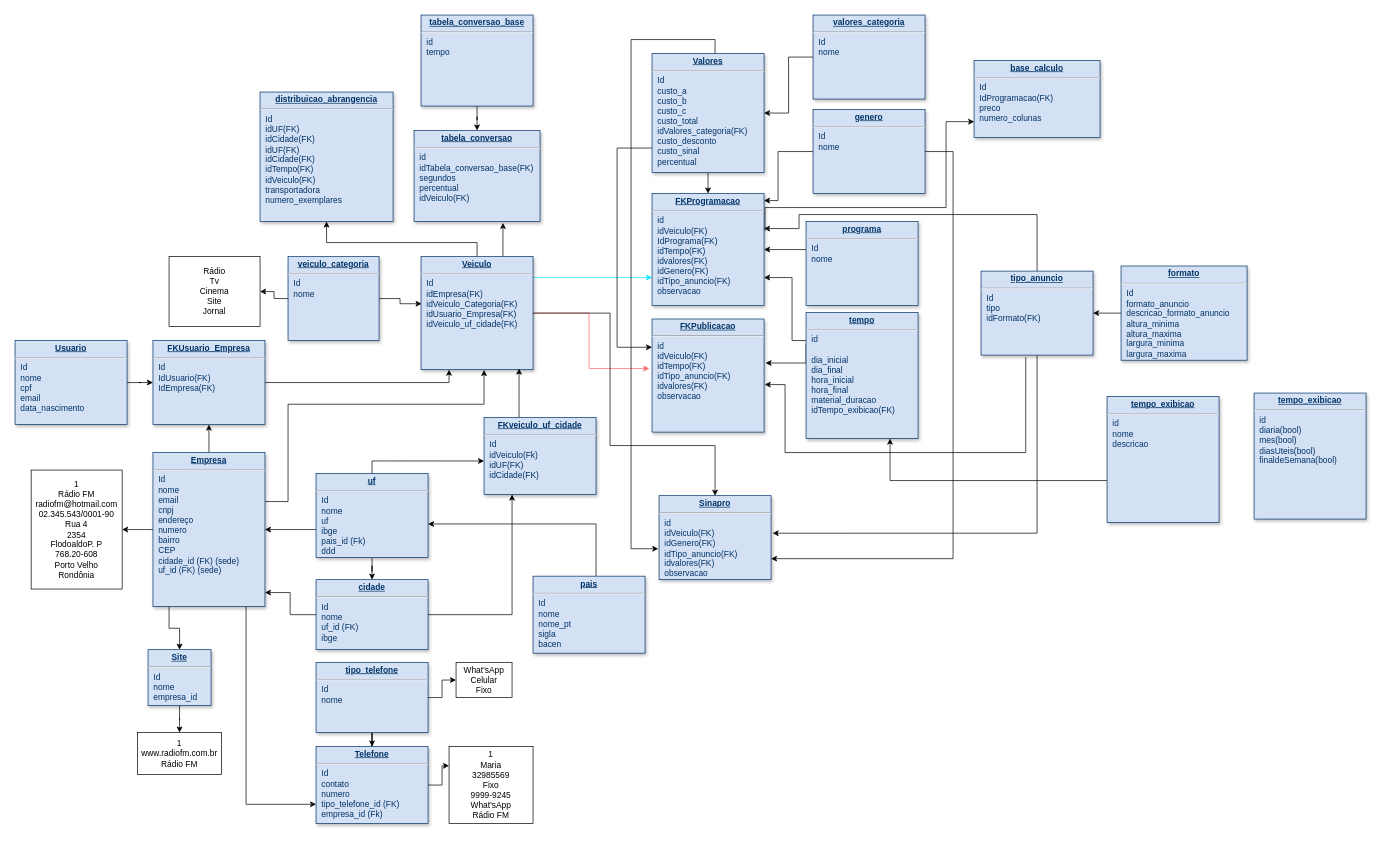
The draw.io diagram Diagrama atualizado.drawio in diogo-guimaraes/teste_git, before the edit. Source tidied: cells renumbered, new cells numbered last; positions are measured from the earlier drawing's top-left corner, leaving out a move shared by most shapes. Both pictures are drawn from the tidied source at 70%, with x=0, y=0 at pixel (15, 15).
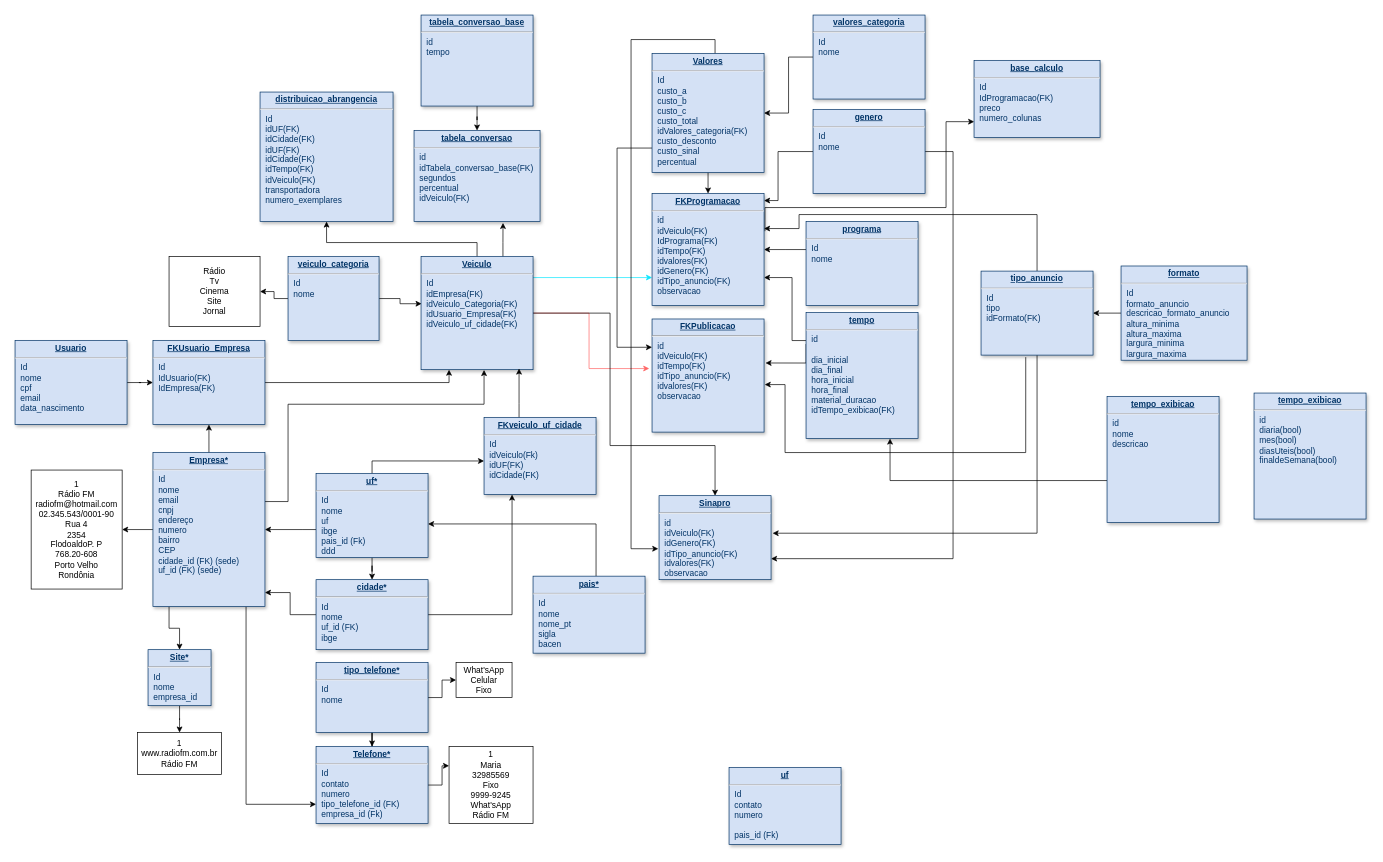
The same diagram, later.

What changed in the source:
```diff
@@
-    <mxCell id="20" value="&lt;p style=&quot;margin: 0px ; margin-top: 4px ; text-align: center ; text-decoration: underline&quot;&gt;&lt;b&gt;Empresa&lt;/b&gt;&lt;/p&gt;&lt;hr&gt;&lt;p style=&quot;margin: 0px ; margin-left: 8px&quot;&gt;Id&lt;/p&gt;&lt;p style=&quot;margin: 0px ; margin-left: 8px&quot;&gt;nome&lt;/p&gt;&lt;p style=&quot;margin: 0px ; margin-left: 8px&quot;&gt;email&lt;/p&gt;&lt;p style=&quot;margin: 0px ; margin-left: 8px&quot;&gt;&lt;span&gt;cnpj&lt;/span&gt;&lt;br&gt;&lt;/p&gt;&lt;p style=&quot;margin: 0px ; margin-left: 8px&quot;&gt;endereço&lt;/p&gt;&lt;p style=&quot;margin: 0px ; margin-left: 8px&quot;&gt;numero&lt;/p&gt;&lt;p style=&quot;margin: 0px ; margin-left: 8px&quot;&gt;bairro&lt;/p&gt;&lt;p style=&quot;margin: 0px ; margin-left: 8px&quot;&gt;&lt;span&gt;CEP&lt;/span&gt;&lt;br&gt;&lt;/p&gt;&lt;p style=&quot;margin: 0px ; margin-left: 8px&quot;&gt;cidade_id (FK) (sede)&lt;/p&gt;&lt;p style=&quot;margin: 0px ; margin-left: 8px&quot;&gt;&lt;span&gt;uf_id (FK) (sede)&lt;/span&gt;&lt;/p&gt;&lt;p style=&quot;margin: 0px ; margin-left: 8px&quot;&gt;&lt;br&gt;&lt;/p&gt;" style="verticalAlign=top;align=left;overflow=fill;fontSize=12;fontFamily=Helvetica;html=1;strokeColor=#003366;shadow=1;fillColor=#D4E1F5;fontColor=#003366;" parent="1" vertex="1">
+    <mxCell id="20" value="&lt;p style=&quot;margin: 0px ; margin-top: 4px ; text-align: center ; text-decoration: underline&quot;&gt;&lt;b&gt;Empresa*&lt;/b&gt;&lt;/p&gt;&lt;hr&gt;&lt;p style=&quot;margin: 0px ; margin-left: 8px&quot;&gt;Id&lt;/p&gt;&lt;p style=&quot;margin: 0px ; margin-left: 8px&quot;&gt;nome&lt;/p&gt;&lt;p style=&quot;margin: 0px ; margin-left: 8px&quot;&gt;email&lt;/p&gt;&lt;p style=&quot;margin: 0px ; margin-left: 8px&quot;&gt;&lt;span&gt;cnpj&lt;/span&gt;&lt;br&gt;&lt;/p&gt;&lt;p style=&quot;margin: 0px ; margin-left: 8px&quot;&gt;endereço&lt;/p&gt;&lt;p style=&quot;margin: 0px ; margin-left: 8px&quot;&gt;numero&lt;/p&gt;&lt;p style=&quot;margin: 0px ; margin-left: 8px&quot;&gt;bairro&lt;/p&gt;&lt;p style=&quot;margin: 0px ; margin-left: 8px&quot;&gt;&lt;span&gt;CEP&lt;/span&gt;&lt;br&gt;&lt;/p&gt;&lt;p style=&quot;margin: 0px ; margin-left: 8px&quot;&gt;cidade_id (FK) (sede)&lt;/p&gt;&lt;p style=&quot;margin: 0px ; margin-left: 8px&quot;&gt;&lt;span&gt;uf_id (FK) (sede)&lt;/span&gt;&lt;/p&gt;&lt;p style=&quot;margin: 0px ; margin-left: 8px&quot;&gt;&lt;br&gt;&lt;/p&gt;" style="verticalAlign=top;align=left;overflow=fill;fontSize=12;fontFamily=Helvetica;html=1;strokeColor=#003366;shadow=1;fillColor=#D4E1F5;fontColor=#003366;" parent="1" vertex="1">
       <mxGeometry x="197" y="625" width="160" height="220" as="geometry" />
     </mxCell>
@@
-    <mxCell id="23" value="&lt;p style=&quot;margin: 0px ; margin-top: 4px ; text-align: center ; text-decoration: underline&quot;&gt;&lt;b&gt;cidade&lt;/b&gt;&lt;/p&gt;&lt;hr&gt;&lt;p style=&quot;margin: 0px ; margin-left: 8px&quot;&gt;Id&lt;/p&gt;&lt;p style=&quot;margin: 0px ; margin-left: 8px&quot;&gt;nome&lt;/p&gt;&lt;p style=&quot;margin: 0px ; margin-left: 8px&quot;&gt;uf_id (FK)&lt;/p&gt;&lt;p style=&quot;margin: 0px ; margin-left: 8px&quot;&gt;ibge&lt;/p&gt;&lt;p style=&quot;margin: 0px ; margin-left: 8px&quot;&gt;&lt;br&gt;&lt;/p&gt;" style="verticalAlign=top;align=left;overflow=fill;fontSize=12;fontFamily=Helvetica;html=1;strokeColor=#003366;shadow=1;fillColor=#D4E1F5;fontColor=#003366;" parent="1" vertex="1">
+    <mxCell id="23" value="&lt;p style=&quot;margin: 0px ; margin-top: 4px ; text-align: center ; text-decoration: underline&quot;&gt;&lt;b&gt;cidade*&lt;/b&gt;&lt;/p&gt;&lt;hr&gt;&lt;p style=&quot;margin: 0px ; margin-left: 8px&quot;&gt;Id&lt;/p&gt;&lt;p style=&quot;margin: 0px ; margin-left: 8px&quot;&gt;nome&lt;/p&gt;&lt;p style=&quot;margin: 0px ; margin-left: 8px&quot;&gt;uf_id (FK)&lt;/p&gt;&lt;p style=&quot;margin: 0px ; margin-left: 8px&quot;&gt;ibge&lt;/p&gt;&lt;p style=&quot;margin: 0px ; margin-left: 8px&quot;&gt;&lt;br&gt;&lt;/p&gt;" style="verticalAlign=top;align=left;overflow=fill;fontSize=12;fontFamily=Helvetica;html=1;strokeColor=#003366;shadow=1;fillColor=#D4E1F5;fontColor=#003366;" parent="1" vertex="1">
       <mxGeometry x="430" y="806.6" width="160" height="100" as="geometry" />
     </mxCell>
@@
-    <mxCell id="27" value="&lt;p style=&quot;margin: 0px ; margin-top: 4px ; text-align: center ; text-decoration: underline&quot;&gt;&lt;b&gt;uf&lt;/b&gt;&lt;/p&gt;&lt;hr&gt;&lt;p style=&quot;margin: 0px ; margin-left: 8px&quot;&gt;Id&lt;/p&gt;&lt;p style=&quot;margin: 0px ; margin-left: 8px&quot;&gt;nome&lt;/p&gt;&lt;p style=&quot;margin: 0px ; margin-left: 8px&quot;&gt;uf&lt;/p&gt;&lt;p style=&quot;margin: 0px ; margin-left: 8px&quot;&gt;ibge&lt;/p&gt;&lt;p style=&quot;margin: 0px ; margin-left: 8px&quot;&gt;pais_id (Fk)&lt;br&gt;&lt;/p&gt;&lt;p style=&quot;margin: 0px ; margin-left: 8px&quot;&gt;&lt;span&gt;ddd&lt;/span&gt;&lt;br&gt;&lt;/p&gt;&lt;p style=&quot;margin: 0px ; margin-left: 8px&quot;&gt;&lt;br&gt;&lt;/p&gt;" style="verticalAlign=top;align=left;overflow=fill;fontSize=12;fontFamily=Helvetica;html=1;strokeColor=#003366;shadow=1;fillColor=#D4E1F5;fontColor=#003366;" parent="1" vertex="1">
+    <mxCell id="27" value="&lt;p style=&quot;margin: 0px ; margin-top: 4px ; text-align: center ; text-decoration: underline&quot;&gt;&lt;b&gt;uf*&lt;/b&gt;&lt;/p&gt;&lt;hr&gt;&lt;p style=&quot;margin: 0px ; margin-left: 8px&quot;&gt;Id&lt;/p&gt;&lt;p style=&quot;margin: 0px ; margin-left: 8px&quot;&gt;nome&lt;/p&gt;&lt;p style=&quot;margin: 0px ; margin-left: 8px&quot;&gt;uf&lt;/p&gt;&lt;p style=&quot;margin: 0px ; margin-left: 8px&quot;&gt;ibge&lt;/p&gt;&lt;p style=&quot;margin: 0px ; margin-left: 8px&quot;&gt;pais_id (Fk)&lt;br&gt;&lt;/p&gt;&lt;p style=&quot;margin: 0px ; margin-left: 8px&quot;&gt;&lt;span&gt;ddd&lt;/span&gt;&lt;br&gt;&lt;/p&gt;&lt;p style=&quot;margin: 0px ; margin-left: 8px&quot;&gt;&lt;br&gt;&lt;/p&gt;" style="verticalAlign=top;align=left;overflow=fill;fontSize=12;fontFamily=Helvetica;html=1;strokeColor=#003366;shadow=1;fillColor=#D4E1F5;fontColor=#003366;" parent="1" vertex="1">
       <mxGeometry x="430" y="655" width="160" height="120" as="geometry" />
     </mxCell>
@@
-    <mxCell id="30" value="&lt;p style=&quot;margin: 0px ; margin-top: 4px ; text-align: center ; text-decoration: underline&quot;&gt;&lt;b&gt;tipo_telefone&lt;/b&gt;&lt;/p&gt;&lt;hr&gt;&lt;p style=&quot;margin: 0px ; margin-left: 8px&quot;&gt;Id&lt;/p&gt;&lt;p style=&quot;margin: 0px ; margin-left: 8px&quot;&gt;nome&lt;/p&gt;" style="verticalAlign=top;align=left;overflow=fill;fontSize=12;fontFamily=Helvetica;html=1;strokeColor=#003366;shadow=1;fillColor=#D4E1F5;fontColor=#003366;" parent="1" vertex="1">
+    <mxCell id="30" value="&lt;p style=&quot;margin: 0px ; margin-top: 4px ; text-align: center ; text-decoration: underline&quot;&gt;&lt;b&gt;tipo_telefone*&lt;/b&gt;&lt;/p&gt;&lt;hr&gt;&lt;p style=&quot;margin: 0px ; margin-left: 8px&quot;&gt;Id&lt;/p&gt;&lt;p style=&quot;margin: 0px ; margin-left: 8px&quot;&gt;nome&lt;/p&gt;" style="verticalAlign=top;align=left;overflow=fill;fontSize=12;fontFamily=Helvetica;html=1;strokeColor=#003366;shadow=1;fillColor=#D4E1F5;fontColor=#003366;" parent="1" vertex="1">
       <mxGeometry x="430" y="925" width="160" height="100" as="geometry" />
     </mxCell>
@@
-    <mxCell id="32" value="&lt;p style=&quot;margin: 0px ; margin-top: 4px ; text-align: center ; text-decoration: underline&quot;&gt;&lt;b&gt;Telefone&lt;/b&gt;&lt;/p&gt;&lt;hr&gt;&lt;p style=&quot;margin: 0px ; margin-left: 8px&quot;&gt;Id&lt;/p&gt;&lt;p style=&quot;margin: 0px ; margin-left: 8px&quot;&gt;contato&lt;/p&gt;&lt;p style=&quot;margin: 0px ; margin-left: 8px&quot;&gt;numero&lt;/p&gt;&lt;p style=&quot;margin: 0px ; margin-left: 8px&quot;&gt;tipo_telefone_id (FK)&lt;/p&gt;&lt;p style=&quot;margin: 0px ; margin-left: 8px&quot;&gt;empresa_id (Fk)&lt;/p&gt;" style="verticalAlign=top;align=left;overflow=fill;fontSize=12;fontFamily=Helvetica;html=1;strokeColor=#003366;shadow=1;fillColor=#D4E1F5;fontColor=#003366;" parent="1" vertex="1">
+    <mxCell id="32" value="&lt;p style=&quot;margin: 0px ; margin-top: 4px ; text-align: center ; text-decoration: underline&quot;&gt;&lt;b&gt;Telefone*&lt;/b&gt;&lt;/p&gt;&lt;hr&gt;&lt;p style=&quot;margin: 0px ; margin-left: 8px&quot;&gt;Id&lt;/p&gt;&lt;p style=&quot;margin: 0px ; margin-left: 8px&quot;&gt;contato&lt;/p&gt;&lt;p style=&quot;margin: 0px ; margin-left: 8px&quot;&gt;numero&lt;/p&gt;&lt;p style=&quot;margin: 0px ; margin-left: 8px&quot;&gt;tipo_telefone_id (FK)&lt;/p&gt;&lt;p style=&quot;margin: 0px ; margin-left: 8px&quot;&gt;empresa_id (Fk)&lt;/p&gt;" style="verticalAlign=top;align=left;overflow=fill;fontSize=12;fontFamily=Helvetica;html=1;strokeColor=#003366;shadow=1;fillColor=#D4E1F5;fontColor=#003366;" parent="1" vertex="1">
       <mxGeometry x="430" y="1045" width="160" height="110" as="geometry" />
     </mxCell>
@@
-    <mxCell id="34" value="&lt;p style=&quot;margin: 0px ; margin-top: 4px ; text-align: center ; text-decoration: underline&quot;&gt;&lt;b&gt;Site&lt;/b&gt;&lt;/p&gt;&lt;hr&gt;&lt;p style=&quot;margin: 0px ; margin-left: 8px&quot;&gt;Id&lt;/p&gt;&lt;p style=&quot;margin: 0px ; margin-left: 8px&quot;&gt;nome&lt;/p&gt;&lt;p style=&quot;margin: 0px ; margin-left: 8px&quot;&gt;empresa_id&lt;/p&gt;" style="verticalAlign=top;align=left;overflow=fill;fontSize=12;fontFamily=Helvetica;html=1;strokeColor=#003366;shadow=1;fillColor=#D4E1F5;fontColor=#003366;" parent="1" vertex="1">
+    <mxCell id="34" value="&lt;p style=&quot;margin: 0px ; margin-top: 4px ; text-align: center ; text-decoration: underline&quot;&gt;&lt;b&gt;Site*&lt;/b&gt;&lt;/p&gt;&lt;hr&gt;&lt;p style=&quot;margin: 0px ; margin-left: 8px&quot;&gt;Id&lt;/p&gt;&lt;p style=&quot;margin: 0px ; margin-left: 8px&quot;&gt;nome&lt;/p&gt;&lt;p style=&quot;margin: 0px ; margin-left: 8px&quot;&gt;empresa_id&lt;/p&gt;" style="verticalAlign=top;align=left;overflow=fill;fontSize=12;fontFamily=Helvetica;html=1;strokeColor=#003366;shadow=1;fillColor=#D4E1F5;fontColor=#003366;" parent="1" vertex="1">
       <mxGeometry x="190" y="906.6" width="90" height="80" as="geometry" />
     </mxCell>
@@
-    <mxCell id="75" value="&lt;p style=&quot;margin: 0px ; margin-top: 4px ; text-align: center ; text-decoration: underline&quot;&gt;&lt;b&gt;pais&lt;/b&gt;&lt;/p&gt;&lt;hr&gt;&lt;p style=&quot;margin: 0px ; margin-left: 8px&quot;&gt;Id&lt;/p&gt;&lt;p style=&quot;margin: 0px ; margin-left: 8px&quot;&gt;nome&lt;/p&gt;&lt;p style=&quot;margin: 0px ; margin-left: 8px&quot;&gt;nome_pt&lt;/p&gt;&lt;p style=&quot;margin: 0px ; margin-left: 8px&quot;&gt;sigla&lt;/p&gt;&lt;p style=&quot;margin: 0px ; margin-left: 8px&quot;&gt;bacen&lt;/p&gt;" style="verticalAlign=top;align=left;overflow=fill;fontSize=12;fontFamily=Helvetica;html=1;strokeColor=#003366;shadow=1;fillColor=#D4E1F5;fontColor=#003366;" parent="1" vertex="1">
+    <mxCell id="75" value="&lt;p style=&quot;margin: 0px ; margin-top: 4px ; text-align: center ; text-decoration: underline&quot;&gt;&lt;b&gt;pais*&lt;/b&gt;&lt;/p&gt;&lt;hr&gt;&lt;p style=&quot;margin: 0px ; margin-left: 8px&quot;&gt;Id&lt;/p&gt;&lt;p style=&quot;margin: 0px ; margin-left: 8px&quot;&gt;nome&lt;/p&gt;&lt;p style=&quot;margin: 0px ; margin-left: 8px&quot;&gt;nome_pt&lt;/p&gt;&lt;p style=&quot;margin: 0px ; margin-left: 8px&quot;&gt;sigla&lt;/p&gt;&lt;p style=&quot;margin: 0px ; margin-left: 8px&quot;&gt;bacen&lt;/p&gt;" style="verticalAlign=top;align=left;overflow=fill;fontSize=12;fontFamily=Helvetica;html=1;strokeColor=#003366;shadow=1;fillColor=#D4E1F5;fontColor=#003366;" parent="1" vertex="1">
       <mxGeometry x="740" y="801.6" width="160" height="110" as="geometry" />
     </mxCell>
+    <mxCell id="76" value="&lt;p style=&quot;margin: 0px ; margin-top: 4px ; text-align: center ; text-decoration: underline&quot;&gt;&lt;b&gt;uf&lt;/b&gt;&lt;/p&gt;&lt;hr&gt;&lt;p style=&quot;margin: 0px ; margin-left: 8px&quot;&gt;Id&lt;/p&gt;&lt;p style=&quot;margin: 0px ; margin-left: 8px&quot;&gt;contato&lt;/p&gt;&lt;p style=&quot;margin: 0px ; margin-left: 8px&quot;&gt;numero&lt;/p&gt;&lt;p style=&quot;margin: 0px ; margin-left: 8px&quot;&gt;&lt;br&gt;&lt;/p&gt;&lt;p style=&quot;margin: 0px ; margin-left: 8px&quot;&gt;pais_id (Fk)&lt;/p&gt;" style="verticalAlign=top;align=left;overflow=fill;fontSize=12;fontFamily=Helvetica;html=1;strokeColor=#003366;shadow=1;fillColor=#D4E1F5;fontColor=#003366;" parent="1" vertex="1">
+      <mxGeometry x="1020" y="1075" width="160" height="110" as="geometry" />
+    </mxCell>
```
